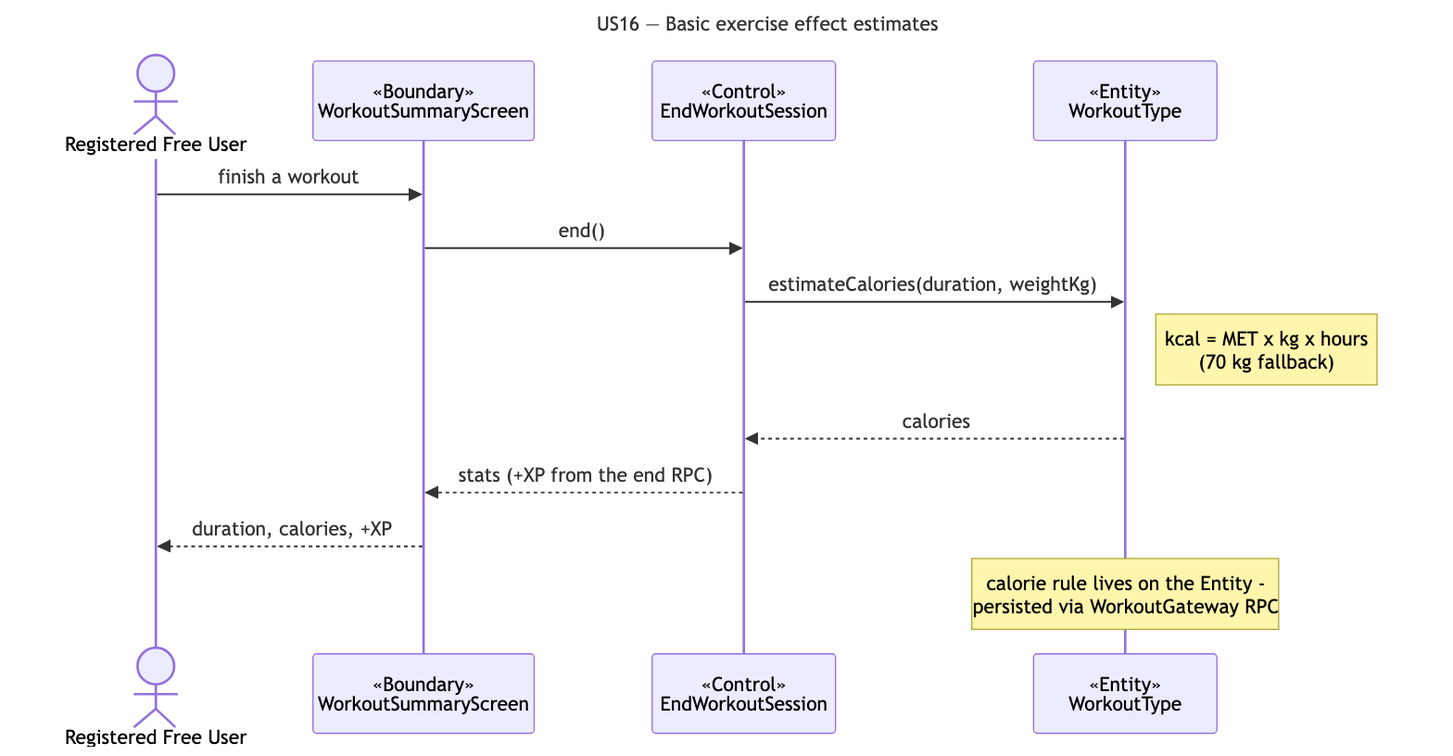
Above: docs/deliverables/sequence-diagrams/US16-effect-estimates.png in cyuanjun/FYP-26-S2-37-app (Mermaid), before the change. Its source is kept beside it as docs/deliverables/sequence-diagrams/src/US16-effect-estimates.mmd. The source it was exported from:
```mermaid
---
title: "US16 — Basic exercise effect estimates"
---
sequenceDiagram
  actor A as Registered Free User
  participant B as «Boundary»<br/>WorkoutSummaryScreen
  participant C as «Control»<br/>EndWorkoutSession
  participant E as «Entity»<br/>WorkoutType
  A->>B: finish a workout
  B->>C: end()
  C->>E: estimateCalories(duration, weightKg)
  note right of E: kcal = MET x kg x hours<br/>(70 kg fallback)
  E-->>C: calories
  C-->>B: stats (+XP from the end RPC)
  B-->>A: duration, calories, +XP
  note over E: calorie rule lives on the Entity -<br/>persisted via WorkoutGateway RPC
```
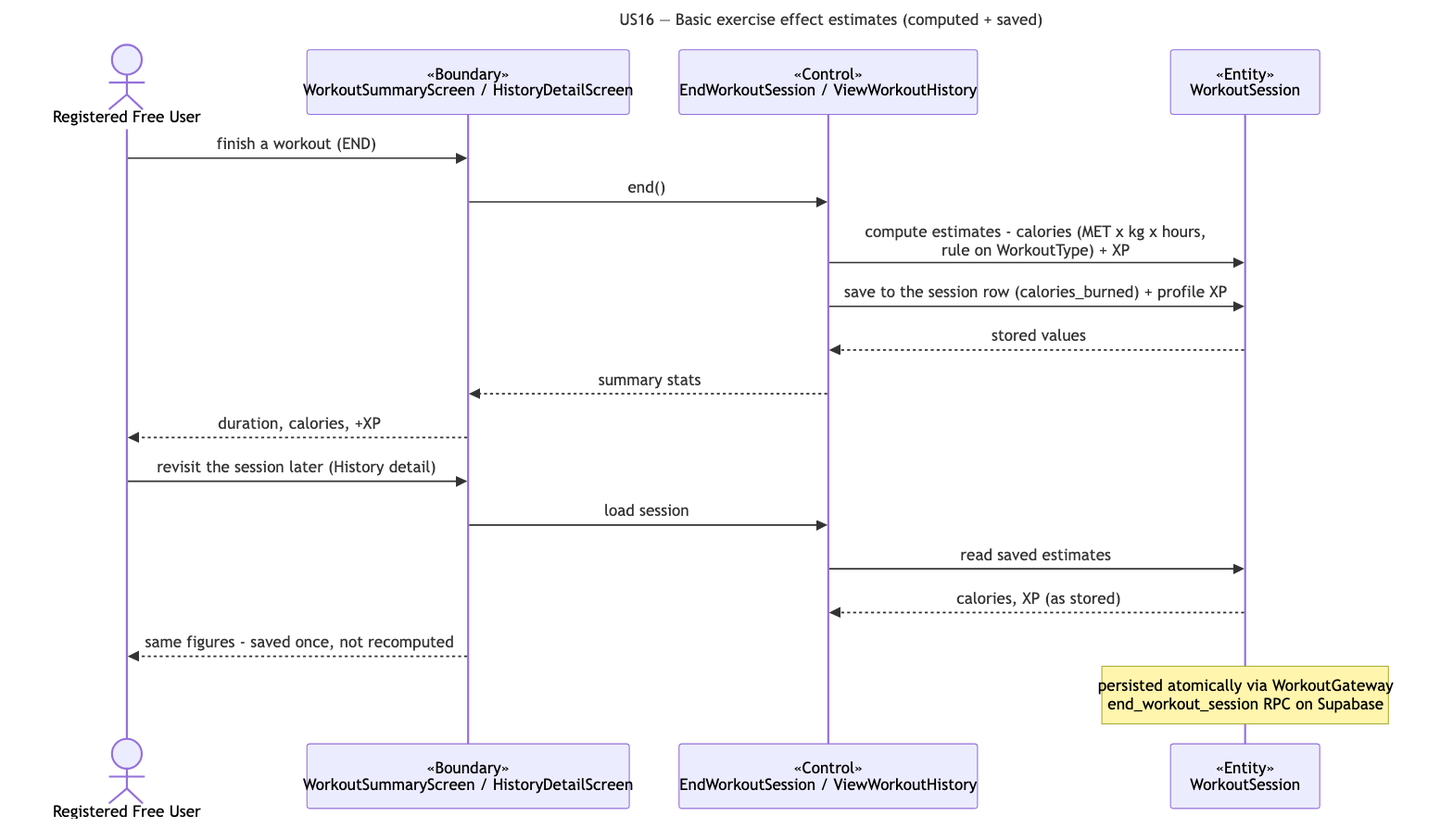
After the commit.

Commit message:
US16: estimates computed once at session end and saved, then read back

Diff of the diagram source:
```diff
@@ -1,16 +1,21 @@
 ---
-title: "US16 — Basic exercise effect estimates"
+title: "US16 — Basic exercise effect estimates (computed + saved)"
 ---
 sequenceDiagram
   actor A as Registered Free User
-  participant B as «Boundary»<br/>WorkoutSummaryScreen
-  participant C as «Control»<br/>EndWorkoutSession
-  participant E as «Entity»<br/>WorkoutType
-  A->>B: finish a workout
+  participant B as «Boundary»<br/>WorkoutSummaryScreen / HistoryDetailScreen
+  participant C as «Control»<br/>EndWorkoutSession / ViewWorkoutHistory
+  participant E as «Entity»<br/>WorkoutSession
+  A->>B: finish a workout (END)
   B->>C: end()
-  C->>E: estimateCalories(duration, weightKg)
-  note right of E: kcal = MET x kg x hours<br/>(70 kg fallback)
-  E-->>C: calories
-  C-->>B: stats (+XP from the end RPC)
+  C->>E: compute estimates - calories (MET x kg x hours,<br/>rule on WorkoutType) + XP
+  C->>E: save to the session row (calories_burned) + profile XP
+  E-->>C: stored values
+  C-->>B: summary stats
   B-->>A: duration, calories, +XP
-  note over E: calorie rule lives on the Entity -<br/>persisted via WorkoutGateway RPC
+  A->>B: revisit the session later (History detail)
+  B->>C: load session
+  C->>E: read saved estimates
+  E-->>C: calories, XP (as stored)
+  B-->>A: same figures - saved once, not recomputed
+  note over E: persisted atomically via WorkoutGateway<br/>end_workout_session RPC on Supabase
```
